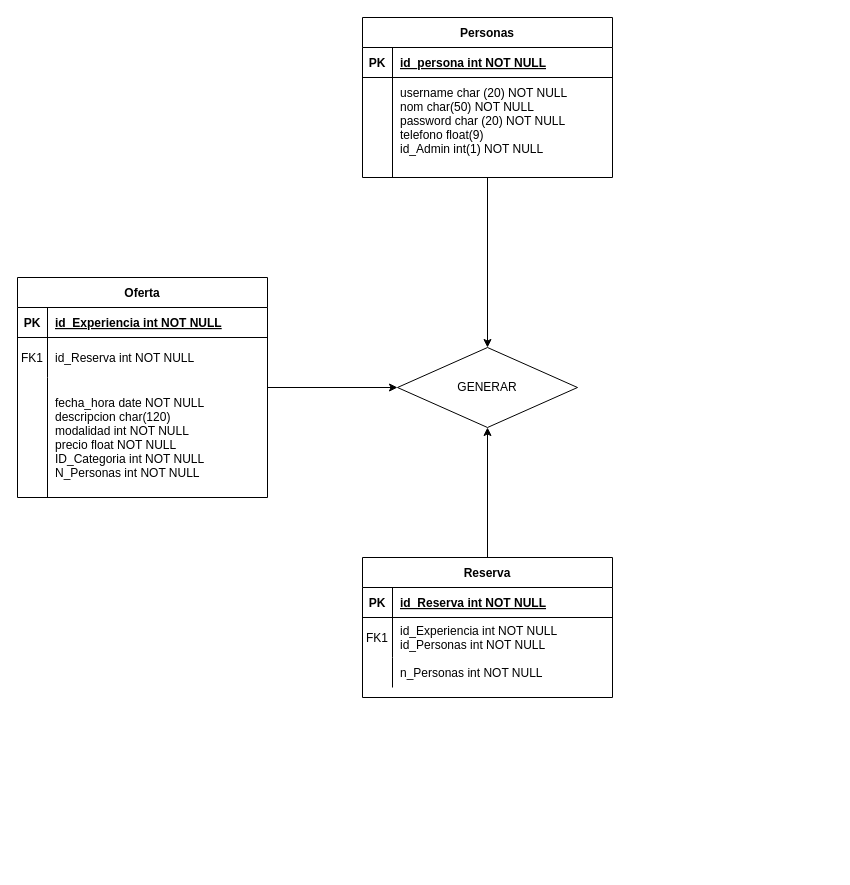
Earlier version of the draw.io diagram Diagramas/Diagrama_ER_XaJo.drawio (joam6/Sailing_XaJo). Source tidied: cells renumbered, new cells numbered last; positions are measured from the earlier drawing's top-left corner, leaving out a move shared by most shapes. Both pictures are drawn from the tidied source at 100%, with x=0, y=0 at pixel (17, 17).
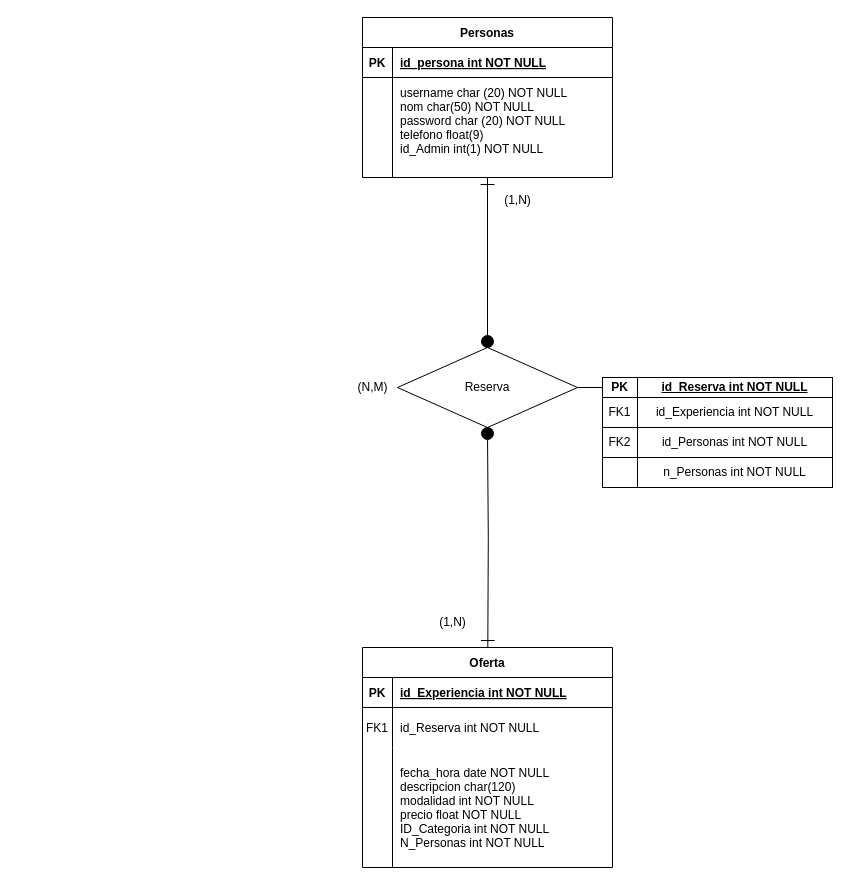
Above is the later version.

The change refers to these unchanged cells:
```xml
<mxCell id="25" value="Personas" style="shape=table;startSize=30;childLayout=tableLayout;rowLines=0;fontStyle=1;align=center;" parent="1" vertex="1">
  <mxGeometry x="345" width="250" height="160" as="geometry" />
</mxCell>
```

Change to the diagram source:
```diff
@@
-    <mxCell id="2" style="edgeStyle=orthogonalEdgeStyle;rounded=0;jettySize=auto;html=1;entryX=0;entryY=0.5;entryDx=0;entryDy=0;" parent="1" edge="1" source="3" target="32">
-      <mxGeometry relative="1" as="geometry" />
+    <mxCell id="2" style="edgeStyle=orthogonalEdgeStyle;rounded=0;jettySize=auto;html=1;endArrow=oval;endFill=1;targetPerimeterSpacing=6;endSize=12;startArrow=ERone;startFill=0;startSize=12;" parent="1" edge="1" target="32">
+      <mxGeometry relative="1" as="geometry">
+        <mxPoint x="470.3" y="630" as="sourcePoint" />
+      </mxGeometry>
     </mxCell>
     <mxCell id="3" value="Oferta" style="shape=table;startSize=30;childLayout=tableLayout;rowLines=0;fontStyle=1;align=center;" parent="1" vertex="1">
-      <mxGeometry y="260" width="250" height="220" as="geometry" />
+      <mxGeometry x="345" y="630" width="250" height="220" as="geometry" />
     </mxCell>
@@
-    <mxCell id="13" style="edgeStyle=orthogonalEdgeStyle;rounded=0;jettySize=auto;html=1;entryX=0.5;entryY=1;entryDx=0;entryDy=0;" parent="1" edge="1" source="14" target="32">
-      <mxGeometry relative="1" as="geometry" />
-    </mxCell>
-    <mxCell id="14" value="Reserva" style="shape=table;startSize=30;childLayout=tableLayout;rowLines=0;fontStyle=1;align=center;" parent="1" vertex="1">
-      <mxGeometry x="345" y="540" width="250" height="140" as="geometry" />
-    </mxCell>
-    <mxCell id="15" style="shape=partialRectangle;fillColor=none;top=0;left=0;right=0;bottom=1;" parent="14" vertex="1">
-      <mxGeometry y="30" width="250" height="30" as="geometry" />
-    </mxCell>
-    <mxCell id="16" value="PK" style="shape=partialRectangle;overflow=hidden;fillColor=none;top=0;left=0;bottom=0;right=0;fontStyle=1;" parent="15" vertex="1">
-      <mxGeometry width="30" height="30" as="geometry" />
-    </mxCell>
-    <mxCell id="17" value="id_Reserva int NOT NULL " style="shape=partialRectangle;overflow=hidden;fillColor=none;top=0;left=0;bottom=0;right=0;align=left;spacingLeft=6;fontStyle=5;" parent="15" vertex="1">
-      <mxGeometry x="30" width="220" height="30" as="geometry" />
-    </mxCell>
-    <mxCell id="18" style="shape=partialRectangle;fillColor=none;top=0;left=0;right=0;bottom=0;" parent="14" vertex="1">
-      <mxGeometry y="60" width="250" height="40" as="geometry" />
-    </mxCell>
-    <mxCell id="19" value="FK1" style="shape=partialRectangle;overflow=hidden;fillColor=none;top=0;left=0;bottom=0;right=0;" parent="18" vertex="1">
-      <mxGeometry width="30" height="40" as="geometry" />
-    </mxCell>
-    <mxCell id="20" value="id_Experiencia int NOT NULL&#10;id_Personas int NOT NULL" style="shape=partialRectangle;overflow=hidden;fillColor=none;top=0;left=0;bottom=0;right=0;align=left;spacingLeft=6;" parent="18" vertex="1">
-      <mxGeometry x="30" width="220" height="40" as="geometry" />
-    </mxCell>
-    <mxCell id="21" style="shape=partialRectangle;fillColor=none;top=0;left=0;right=0;bottom=0;" parent="14" vertex="1">
-      <mxGeometry y="100" width="250" height="30" as="geometry" />
-    </mxCell>
-    <mxCell id="22" style="shape=partialRectangle;overflow=hidden;fillColor=none;top=0;left=0;bottom=0;right=0;" parent="21" vertex="1">
-      <mxGeometry width="30" height="30" as="geometry" />
-    </mxCell>
-    <mxCell id="23" value="n_Personas int NOT NULL" style="shape=partialRectangle;overflow=hidden;fillColor=none;top=0;left=0;bottom=0;right=0;align=left;spacingLeft=6;" parent="21" vertex="1">
-      <mxGeometry x="30" width="220" height="30" as="geometry" />
-    </mxCell>
-    <mxCell id="24" style="edgeStyle=orthogonalEdgeStyle;rounded=0;jettySize=auto;html=1;" parent="1" edge="1" source="25" target="32">
+    <mxCell id="24" style="edgeStyle=orthogonalEdgeStyle;rounded=0;jettySize=auto;html=1;endArrow=oval;endFill=1;targetPerimeterSpacing=6;endSize=12;startArrow=ERone;startFill=0;startSize=12;sourcePerimeterSpacing=0;" parent="1" edge="1" source="25" target="32">
       <mxGeometry relative="1" as="geometry" />
     </mxCell>
@@
-    <mxCell id="32" value="&lt;div&gt;GENERAR&lt;/div&gt;" style="rhombus;whiteSpace=wrap;html=1;" parent="1" vertex="1">
+    <mxCell id="32" value="&lt;div&gt;Reserva&lt;/div&gt;" style="rhombus;whiteSpace=wrap;html=1;" parent="1" vertex="1">
       <mxGeometry x="380" y="330" width="180" height="80" as="geometry" />
     </mxCell>
+    <mxCell id="33" value="(1,N&lt;span style=&quot;background-color: initial;&quot;&gt;)&lt;/span&gt;" style="text;html=1;align=center;verticalAlign=middle;strokeColor=none;fillColor=none;" parent="1" vertex="1">
+      <mxGeometry x="475" y="168" width="50" height="30" as="geometry" />
+    </mxCell>
+    <mxCell id="34" value="(1,N&lt;span style=&quot;background-color: initial;&quot;&gt;)&lt;/span&gt;" style="text;html=1;align=center;verticalAlign=middle;strokeColor=none;fillColor=none;" parent="1" vertex="1">
+      <mxGeometry x="410" y="590" width="50" height="30" as="geometry" />
+    </mxCell>
+    <mxCell id="17" value="&lt;span style=&quot;font-weight: 700; text-align: left; text-wrap-mode: nowrap; text-decoration-line: underline;&quot;&gt;id_Reserva int NOT NULL&lt;/span&gt;" style="html=1;whiteSpace=wrap;" parent="1" vertex="1">
+      <mxGeometry x="620" y="360" width="195" height="20" as="geometry" />
+    </mxCell>
+    <mxCell id="35" style="shape=partialRectangle;overflow=hidden;fillColor=none;top=0;left=0;bottom=0;right=0;" parent="1" vertex="1">
+      <mxGeometry x="635" y="110" width="30" height="100" as="geometry" />
+    </mxCell>
+    <mxCell id="36" style="edgeStyle=orthogonalEdgeStyle;rounded=0;jettySize=auto;html=1;entryX=1;entryY=0.5;entryDx=0;entryDy=0;endArrow=none;endFill=0;" parent="1" edge="1" source="16" target="32">
+      <mxGeometry relative="1" as="geometry" />
+    </mxCell>
+    <mxCell id="16" value="&lt;span style=&quot;font-weight: 700; text-wrap-mode: nowrap;&quot;&gt;PK&lt;/span&gt;" style="html=1;whiteSpace=wrap;" parent="1" vertex="1">
+      <mxGeometry x="585" y="360" width="35" height="20" as="geometry" />
+    </mxCell>
+    <mxCell id="37" style="html=1;whiteSpace=wrap;" parent="1" vertex="1">
+      <mxGeometry x="585" y="440" width="35" height="30" as="geometry" />
+    </mxCell>
+    <mxCell id="23" value="&lt;div&gt;&lt;span style=&quot;text-align: left; text-wrap-mode: nowrap; background-color: initial;&quot;&gt;n_Personas int NOT NULL&lt;/span&gt;&lt;/div&gt;" style="html=1;whiteSpace=wrap;" parent="1" vertex="1">
+      <mxGeometry x="620" y="440" width="195" height="30" as="geometry" />
+    </mxCell>
+    <mxCell id="38" value="&lt;span style=&quot;text-wrap-mode: nowrap;&quot;&gt;FK2&lt;/span&gt;" style="html=1;whiteSpace=wrap;" parent="1" vertex="1">
+      <mxGeometry x="585" y="410" width="35" height="30" as="geometry" />
+    </mxCell>
+    <mxCell id="39" value="&lt;span style=&quot;text-align: left; text-wrap-mode: nowrap;&quot;&gt;id_Personas int NOT NULL&lt;/span&gt;" style="html=1;whiteSpace=wrap;" parent="1" vertex="1">
+      <mxGeometry x="620" y="410" width="195" height="30" as="geometry" />
+    </mxCell>
+    <mxCell id="19" value="&lt;span style=&quot;text-wrap-mode: nowrap;&quot;&gt;FK1&lt;/span&gt;" style="html=1;whiteSpace=wrap;" parent="1" vertex="1">
+      <mxGeometry x="585" y="380" width="35" height="30" as="geometry" />
+    </mxCell>
+    <mxCell id="40" value="&lt;span style=&quot;text-align: left; text-wrap-mode: nowrap;&quot;&gt;id_Experiencia int NOT NULL&lt;/span&gt;" style="html=1;whiteSpace=wrap;" parent="1" vertex="1">
+      <mxGeometry x="620" y="380" width="195" height="30" as="geometry" />
+    </mxCell>
+    <mxCell id="41" value="(N,M&lt;span style=&quot;background-color: initial;&quot;&gt;)&lt;/span&gt;" style="text;html=1;align=center;verticalAlign=middle;strokeColor=none;fillColor=none;" parent="1" vertex="1">
+      <mxGeometry x="330" y="355" width="50" height="30" as="geometry" />
+    </mxCell>
```
